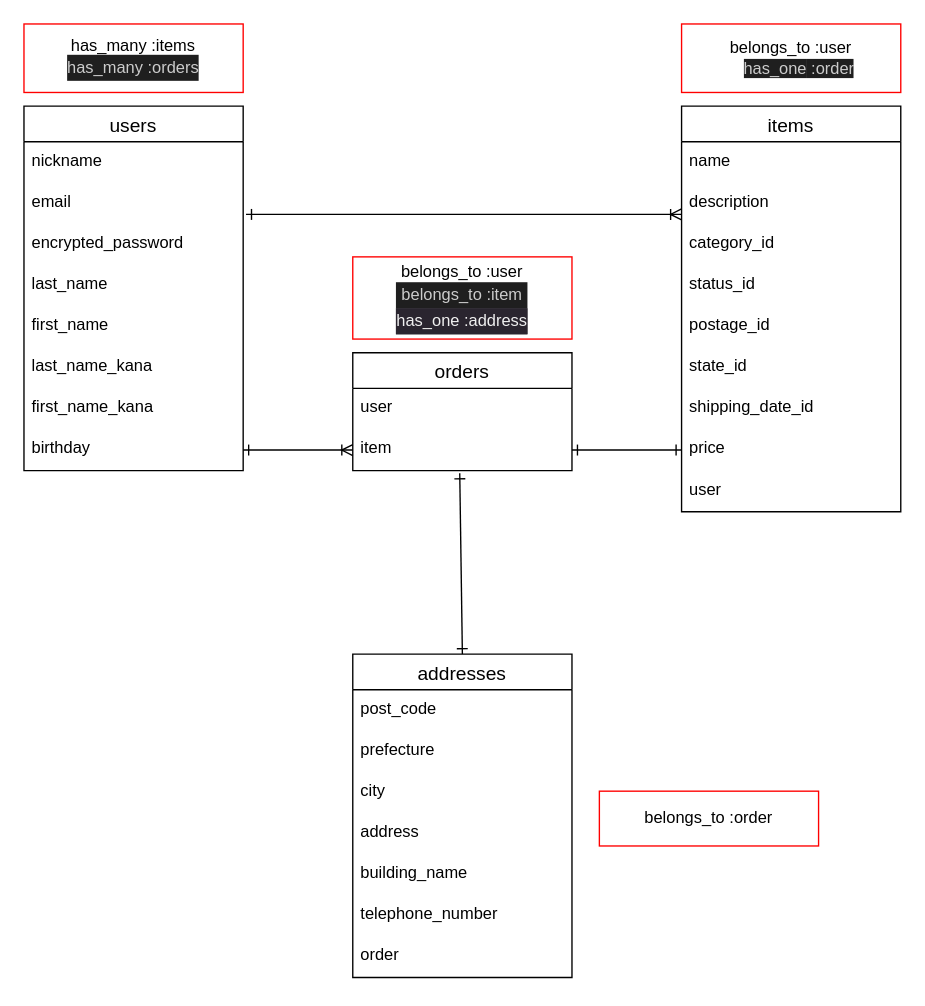
Above: ER.dio in Kazuho1222/furima-39147 (draw.io), before the change. Source tidied: cells renumbered, new cells numbered last; positions are measured from the earlier drawing's top-left corner, leaving out a move shared by most shapes. Both pictures are drawn from the tidied source at 137%, with x=0, y=0 at pixel (23, 23).
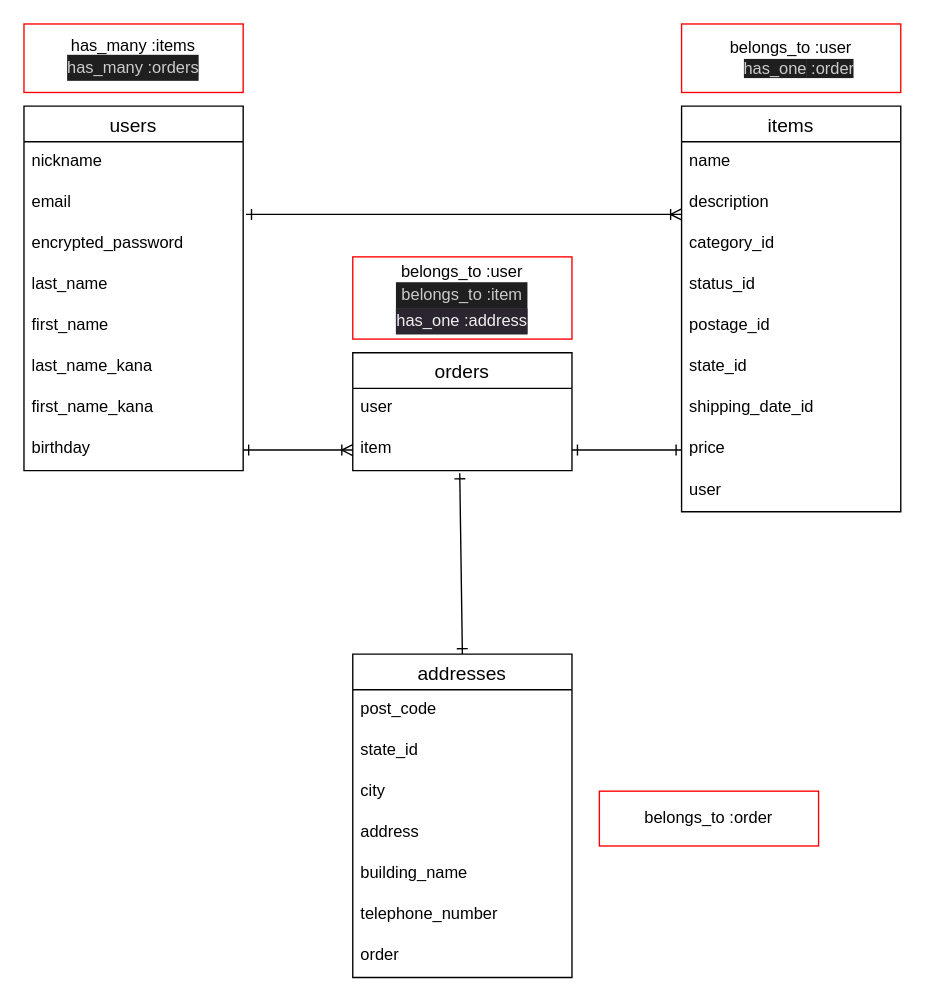
The same page after the edit.

Commit message (it also covers changes not shown here):
データベース設計の修正3

The change refers to these unchanged cells:
```xml
<mxCell id="22" value="addresses" style="swimlane;fontStyle=0;horizontal=1;startSize=26;align=center;fontSize=14;" parent="1" vertex="1">
  <mxGeometry x="240" y="460" width="160" height="236" as="geometry" />
</mxCell>
```

Diff of the diagram source:
```diff
@@
-    <mxCell id="24" value="prefecture" style="text;strokeColor=none;fillColor=none;spacingLeft=4;spacingRight=4;overflow=hidden;fontSize=12;" parent="22" vertex="1">
+    <mxCell id="24" value="state_id" style="text;strokeColor=none;fillColor=none;spacingLeft=4;spacingRight=4;overflow=hidden;fontSize=12;" parent="22" vertex="1">
       <mxGeometry y="56" width="160" height="30" as="geometry" />
     </mxCell>
```
